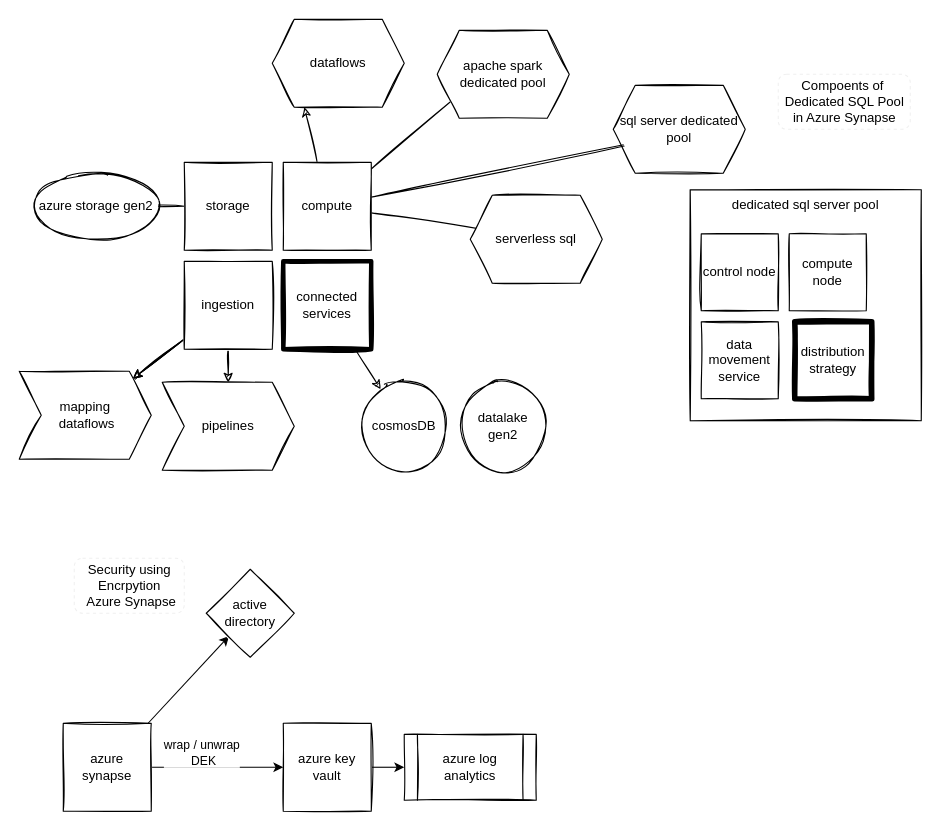
Before: docs/processing/azure-synapse.drawio in ameyakarkal/dp-203, a draw.io diagram. Source tidied: cells renumbered, new cells numbered last; positions are measured from the earlier drawing's top-left corner, leaving out a move shared by most shapes. Both pictures are drawn from the tidied source at 110%, with x=0, y=0 at pixel (19, 19).
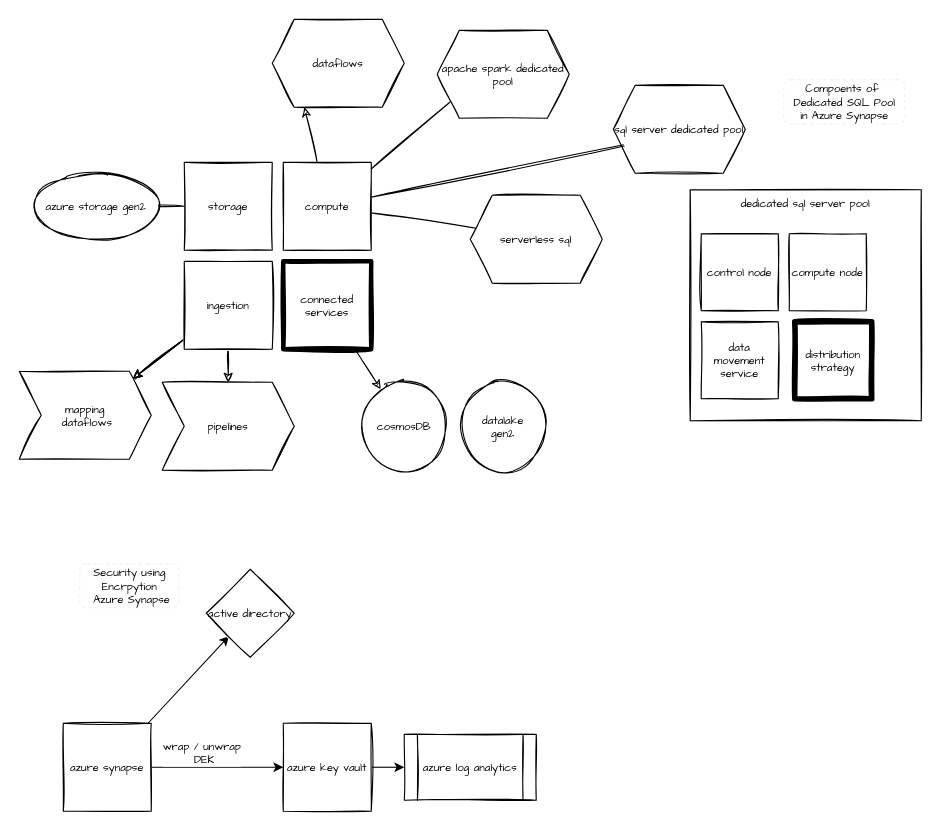
After the change.

Diff of the diagram source:
```diff
@@
-    <mxCell id="2" style="edgeStyle=none;html=1;sketch=1;" parent="1" edge="1" source="3">
+    <mxCell id="2" style="edgeStyle=none;html=1;sketch=1;fontFamily=Comic Sans MS;fontSize=10;" parent="1" edge="1" source="3">
       <mxGeometry relative="1" as="geometry">
         <mxPoint x="90" y="170" as="targetPoint" />
       </mxGeometry>
     </mxCell>
-    <mxCell id="3" value="storage&lt;br&gt;" style="whiteSpace=wrap;html=1;sketch=1;" parent="1" vertex="1">
+    <mxCell id="3" value="storage&lt;br style=&quot;font-size: 10px;&quot;&gt;" style="whiteSpace=wrap;html=1;sketch=1;fontFamily=Comic Sans MS;fontSize=10;" parent="1" vertex="1">
       <mxGeometry x="150" y="130" width="80" height="80" as="geometry" />
     </mxCell>
-    <mxCell id="4" style="edgeStyle=none;html=1;sketch=1;" parent="1" edge="1" source="8">
+    <mxCell id="4" style="edgeStyle=none;html=1;sketch=1;fontFamily=Comic Sans MS;fontSize=10;" parent="1" edge="1" source="8">
       <mxGeometry relative="1" as="geometry">
         <mxPoint x="606.9" y="102.5" as="targetPoint" />
       </mxGeometry>
     </mxCell>
-    <mxCell id="5" style="edgeStyle=none;html=1;sketch=1;entryX=0.5;entryY=1;entryDx=0;entryDy=0;" parent="1" edge="1" source="8">
+    <mxCell id="5" style="edgeStyle=none;html=1;sketch=1;entryX=0.5;entryY=1;entryDx=0;entryDy=0;fontFamily=Comic Sans MS;fontSize=10;" parent="1" edge="1" source="8">
       <mxGeometry relative="1" as="geometry">
         <mxPoint x="410" y="60" as="targetPoint" />
       </mxGeometry>
     </mxCell>
-    <mxCell id="6" style="edgeStyle=none;html=1;sketch=1;" parent="1" edge="1" source="8">
+    <mxCell id="6" style="edgeStyle=none;html=1;sketch=1;fontFamily=Comic Sans MS;fontSize=10;" parent="1" edge="1" source="8">
       <mxGeometry relative="1" as="geometry">
         <mxPoint x="259.2" y="80" as="targetPoint" />
       </mxGeometry>
     </mxCell>
-    <mxCell id="7" style="edgeStyle=none;html=1;sketch=1;" parent="1" edge="1" source="8">
+    <mxCell id="7" style="edgeStyle=none;html=1;sketch=1;fontFamily=Comic Sans MS;fontSize=10;" parent="1" edge="1" source="8">
       <mxGeometry relative="1" as="geometry">
         <mxPoint x="431.8" y="192.8" as="targetPoint" />
       </mxGeometry>
     </mxCell>
-    <mxCell id="8" value="compute" style="whiteSpace=wrap;html=1;sketch=1;" parent="1" vertex="1">
+    <mxCell id="8" value="compute" style="whiteSpace=wrap;html=1;sketch=1;fontFamily=Comic Sans MS;fontSize=10;" parent="1" vertex="1">
       <mxGeometry x="240" y="130" width="80" height="80" as="geometry" />
     </mxCell>
-    <mxCell id="9" value="azure storage gen2" style="ellipse;whiteSpace=wrap;html=1;sketch=1;" parent="1" vertex="1">
+    <mxCell id="9" value="azure storage gen2" style="ellipse;whiteSpace=wrap;html=1;sketch=1;fontFamily=Comic Sans MS;fontSize=10;" parent="1" vertex="1">
       <mxGeometry x="10" y="140" width="120" height="60" as="geometry" />
     </mxCell>
-    <mxCell id="10" value="sql server dedicated pool" style="shape=hexagon;perimeter=trapezoidPerimeter;whiteSpace=wrap;html=1;fixedSize=1;sketch=1;" parent="1" vertex="1">
+    <mxCell id="10" value="sql server dedicated pool" style="shape=hexagon;perimeter=trapezoidPerimeter;whiteSpace=wrap;html=1;fixedSize=1;sketch=1;fontFamily=Comic Sans MS;fontSize=10;" parent="1" vertex="1">
       <mxGeometry x="540" y="60" width="120" height="80" as="geometry" />
     </mxCell>
-    <mxCell id="11" value="apache spark dedicated pool" style="shape=hexagon;perimeter=trapezoidPerimeter;whiteSpace=wrap;html=1;fixedSize=1;sketch=1;" parent="1" vertex="1">
+    <mxCell id="11" value="apache spark dedicated pool" style="shape=hexagon;perimeter=trapezoidPerimeter;whiteSpace=wrap;html=1;fixedSize=1;sketch=1;fontFamily=Comic Sans MS;fontSize=10;" parent="1" vertex="1">
       <mxGeometry x="380" y="10" width="120" height="80" as="geometry" />
     </mxCell>
-    <mxCell id="12" value="dataflows" style="shape=hexagon;perimeter=trapezoidPerimeter;whiteSpace=wrap;html=1;fixedSize=1;sketch=1;" parent="1" vertex="1">
+    <mxCell id="12" value="dataflows" style="shape=hexagon;perimeter=trapezoidPerimeter;whiteSpace=wrap;html=1;fixedSize=1;sketch=1;fontFamily=Comic Sans MS;fontSize=10;" parent="1" vertex="1">
       <mxGeometry x="230" width="120" height="80" as="geometry" />
     </mxCell>
-    <mxCell id="13" style="edgeStyle=none;html=1;sketch=1;" parent="1" edge="1" source="17" target="19">
+    <mxCell id="13" style="edgeStyle=none;html=1;sketch=1;fontFamily=Comic Sans MS;fontSize=10;" parent="1" edge="1" source="17" target="19">
       <mxGeometry relative="1" as="geometry" />
     </mxCell>
-    <mxCell id="14" style="edgeStyle=none;html=1;sketch=1;" parent="1" edge="1" source="17" target="19">
+    <mxCell id="14" style="edgeStyle=none;html=1;sketch=1;fontFamily=Comic Sans MS;fontSize=10;" parent="1" edge="1" source="17" target="19">
       <mxGeometry relative="1" as="geometry" />
     </mxCell>
-    <mxCell id="15" style="edgeStyle=none;html=1;sketch=1;" parent="1" edge="1" source="17" target="19">
+    <mxCell id="15" style="edgeStyle=none;html=1;sketch=1;fontFamily=Comic Sans MS;fontSize=10;" parent="1" edge="1" source="17" target="19">
       <mxGeometry relative="1" as="geometry" />
     </mxCell>
-    <mxCell id="16" style="edgeStyle=none;html=1;sketch=1;" parent="1" edge="1" source="17" target="20">
+    <mxCell id="16" style="edgeStyle=none;html=1;sketch=1;fontFamily=Comic Sans MS;fontSize=10;" parent="1" edge="1" source="17" target="20">
       <mxGeometry relative="1" as="geometry" />
     </mxCell>
-    <mxCell id="17" value="ingestion" style="whiteSpace=wrap;html=1;sketch=1;" parent="1" vertex="1">
+    <mxCell id="17" value="ingestion" style="whiteSpace=wrap;html=1;sketch=1;fontFamily=Comic Sans MS;fontSize=10;" parent="1" vertex="1">
       <mxGeometry x="150" y="220" width="80" height="80" as="geometry" />
     </mxCell>
-    <mxCell id="18" value="serverless sql" style="shape=hexagon;perimeter=trapezoidPerimeter;whiteSpace=wrap;html=1;fixedSize=1;sketch=1;" parent="1" vertex="1">
+    <mxCell id="18" value="serverless sql" style="shape=hexagon;perimeter=trapezoidPerimeter;whiteSpace=wrap;html=1;fixedSize=1;sketch=1;fontFamily=Comic Sans MS;fontSize=10;" parent="1" vertex="1">
       <mxGeometry x="410" y="160" width="120" height="80" as="geometry" />
     </mxCell>
-    <mxCell id="19" value="mapping&lt;br&gt;&amp;nbsp;dataflows" style="shape=step;perimeter=stepPerimeter;whiteSpace=wrap;html=1;fixedSize=1;sketch=1;" parent="1" vertex="1">
+    <mxCell id="19" value="mapping&lt;br style=&quot;font-size: 10px;&quot;&gt;&amp;nbsp;dataflows" style="shape=step;perimeter=stepPerimeter;whiteSpace=wrap;html=1;fixedSize=1;sketch=1;fontFamily=Comic Sans MS;fontSize=10;" parent="1" vertex="1">
       <mxGeometry y="320" width="120" height="80" as="geometry" />
     </mxCell>
-    <mxCell id="20" value="pipelines" style="shape=step;perimeter=stepPerimeter;whiteSpace=wrap;html=1;fixedSize=1;sketch=1;" parent="1" vertex="1">
+    <mxCell id="20" value="pipelines" style="shape=step;perimeter=stepPerimeter;whiteSpace=wrap;html=1;fixedSize=1;sketch=1;fontFamily=Comic Sans MS;fontSize=10;" parent="1" vertex="1">
       <mxGeometry x="130" y="330" width="120" height="80" as="geometry" />
     </mxCell>
-    <mxCell id="21" style="edgeStyle=none;sketch=1;html=1;" parent="1" edge="1" source="22" target="23">
+    <mxCell id="21" style="edgeStyle=none;sketch=1;html=1;fontFamily=Comic Sans MS;fontSize=10;" parent="1" edge="1" source="22" target="23">
       <mxGeometry relative="1" as="geometry" />
     </mxCell>
-    <mxCell id="22" value="connected&lt;br&gt;services" style="whiteSpace=wrap;html=1;sketch=1;strokeWidth=4;" parent="1" vertex="1">
+    <mxCell id="22" value="connected&lt;br style=&quot;font-size: 10px;&quot;&gt;services" style="whiteSpace=wrap;html=1;sketch=1;strokeWidth=4;fontFamily=Comic Sans MS;fontSize=10;" parent="1" vertex="1">
       <mxGeometry x="240" y="220" width="80" height="80" as="geometry" />
     </mxCell>
-    <mxCell id="23" value="cosmosDB" style="ellipse;whiteSpace=wrap;html=1;sketch=1;strokeWidth=1;" parent="1" vertex="1">
+    <mxCell id="23" value="cosmosDB" style="ellipse;whiteSpace=wrap;html=1;sketch=1;strokeWidth=1;fontFamily=Comic Sans MS;fontSize=10;" parent="1" vertex="1">
       <mxGeometry x="310" y="330" width="80" height="80" as="geometry" />
     </mxCell>
-    <mxCell id="24" value="datalake&lt;br&gt;gen2" style="ellipse;whiteSpace=wrap;html=1;sketch=1;strokeWidth=1;" parent="1" vertex="1">
+    <mxCell id="24" value="datalake&lt;br style=&quot;font-size: 10px;&quot;&gt;gen2" style="ellipse;whiteSpace=wrap;html=1;sketch=1;strokeWidth=1;fontFamily=Comic Sans MS;fontSize=10;" parent="1" vertex="1">
       <mxGeometry x="400" y="330" width="80" height="80" as="geometry" />
     </mxCell>
-    <mxCell id="25" style="group;fillColor=#f5f5f5;strokeColor=#666666;fontColor=#333333;" parent="1" vertex="1">
+    <mxCell id="25" style="group;fillColor=#f5f5f5;strokeColor=#666666;fontColor=#333333;fontFamily=Comic Sans MS;fontSize=10;" parent="1" vertex="1">
       <mxGeometry x="610" y="155" width="210" height="210" as="geometry" />
     </mxCell>
-    <mxCell id="26" value="dedicated sql server pool" style="whiteSpace=wrap;html=1;sketch=1;strokeWidth=1;verticalAlign=top;" parent="25" vertex="1">
+    <mxCell id="26" value="dedicated sql server pool" style="whiteSpace=wrap;html=1;sketch=1;strokeWidth=1;verticalAlign=top;fontFamily=Comic Sans MS;fontSize=10;" parent="25" vertex="1">
       <mxGeometry width="210" height="210" as="geometry" />
     </mxCell>
-    <mxCell id="27" value="control node" style="whiteSpace=wrap;html=1;sketch=1;strokeWidth=1;" parent="25" vertex="1">
+    <mxCell id="27" value="control node" style="whiteSpace=wrap;html=1;sketch=1;strokeWidth=1;fontFamily=Comic Sans MS;fontSize=10;" parent="25" vertex="1">
       <mxGeometry x="10" y="40" width="70" height="70" as="geometry" />
     </mxCell>
-    <mxCell id="28" value="compute node" style="whiteSpace=wrap;html=1;sketch=1;strokeWidth=1;" parent="25" vertex="1">
+    <mxCell id="28" value="compute node" style="whiteSpace=wrap;html=1;sketch=1;strokeWidth=1;fontFamily=Comic Sans MS;fontSize=10;" parent="25" vertex="1">
       <mxGeometry x="90" y="40" width="70" height="70" as="geometry" />
     </mxCell>
-    <mxCell id="29" value="data movement service" style="whiteSpace=wrap;html=1;sketch=1;strokeWidth=1;" parent="25" vertex="1">
+    <mxCell id="29" value="data movement service" style="whiteSpace=wrap;html=1;sketch=1;strokeWidth=1;fontFamily=Comic Sans MS;fontSize=10;" parent="25" vertex="1">
       <mxGeometry x="10" y="120" width="70" height="70" as="geometry" />
     </mxCell>
-    <mxCell id="30" value="distribution strategy" style="whiteSpace=wrap;html=1;sketch=1;strokeWidth=5;" parent="25" vertex="1">
+    <mxCell id="30" value="distribution strategy" style="whiteSpace=wrap;html=1;sketch=1;strokeWidth=5;fontFamily=Comic Sans MS;fontSize=10;" parent="25" vertex="1">
       <mxGeometry x="95" y="120" width="70" height="70" as="geometry" />
     </mxCell>
-    <mxCell id="31" value="Compoents of&amp;nbsp;&lt;br&gt;Dedicated SQL Pool&lt;br&gt;in Azure Synapse" style="text;html=1;align=center;verticalAlign=middle;dashed=1;strokeWidth=1;rounded=1;strokeColor=#f0f0f0;" parent="1" vertex="1">
-      <mxGeometry x="690" y="50" width="120" height="50" as="geometry" />
+    <mxCell id="31" value="Compoents of&amp;nbsp;&lt;br style=&quot;font-size: 10px;&quot;&gt;Dedicated SQL Pool&lt;br style=&quot;font-size: 10px;&quot;&gt;in Azure Synapse" style="text;html=1;align=center;verticalAlign=middle;dashed=1;strokeWidth=1;rounded=1;strokeColor=#f0f0f0;fontFamily=Comic Sans MS;fontSize=10;" parent="1" vertex="1">
+      <mxGeometry x="695" y="55" width="110" height="40" as="geometry" />
     </mxCell>
-    <mxCell id="32" value="Security using &lt;br&gt;Encrpytion&lt;br&gt;&amp;nbsp;Azure Synapse" style="text;html=1;align=center;verticalAlign=middle;dashed=1;strokeWidth=1;rounded=1;strokeColor=#f0f0f0;" parent="1" vertex="1">
-      <mxGeometry x="50" y="490" width="100" height="50" as="geometry" />
+    <mxCell id="32" value="Security using &lt;br style=&quot;font-size: 10px;&quot;&gt;Encrpytion&lt;br style=&quot;font-size: 10px;&quot;&gt;&amp;nbsp;Azure Synapse" style="text;html=1;align=center;verticalAlign=middle;dashed=1;strokeWidth=1;rounded=1;strokeColor=#f0f0f0;fontFamily=Comic Sans MS;fontSize=10;" parent="1" vertex="1">
+      <mxGeometry x="55" y="495" width="90" height="40" as="geometry" />
     </mxCell>
-    <mxCell id="33" style="edgeStyle=none;html=1;" parent="1" edge="1" source="36" target="38">
+    <mxCell id="33" style="edgeStyle=none;html=1;fontFamily=Comic Sans MS;fontSize=10;" parent="1" edge="1" source="36" target="38">
       <mxGeometry relative="1" as="geometry" />
     </mxCell>
-    <mxCell id="34" value="wrap / unwrap&lt;br&gt;&amp;nbsp;DEK" style="edgeLabel;html=1;align=center;verticalAlign=middle;" parent="33" vertex="1">
+    <mxCell id="34" value="wrap / unwrap&lt;br style=&quot;font-size: 10px;&quot;&gt;&amp;nbsp;DEK" style="edgeLabel;html=1;align=center;verticalAlign=middle;fontFamily=Comic Sans MS;fontSize=10;" parent="33" vertex="1">
       <mxGeometry x="0.37" y="4" relative="1" as="geometry">
         <mxPoint x="-37" y="-10" as="offset" />
       </mxGeometry>
     </mxCell>
-    <mxCell id="35" style="edgeStyle=none;html=1;" parent="1" edge="1" source="36" target="39">
+    <mxCell id="35" style="edgeStyle=none;html=1;fontFamily=Comic Sans MS;fontSize=10;" parent="1" edge="1" source="36" target="39">
       <mxGeometry relative="1" as="geometry" />
     </mxCell>
-    <mxCell id="36" value="azure synapse" style="whiteSpace=wrap;html=1;sketch=1;" parent="1" vertex="1">
+    <mxCell id="36" value="azure synapse" style="whiteSpace=wrap;html=1;sketch=1;fontFamily=Comic Sans MS;fontSize=10;" parent="1" vertex="1">
       <mxGeometry x="40" y="640" width="80" height="80" as="geometry" />
     </mxCell>
-    <mxCell id="37" style="edgeStyle=none;html=1;" parent="1" edge="1" source="38" target="40">
+    <mxCell id="37" style="edgeStyle=none;html=1;fontFamily=Comic Sans MS;fontSize=10;" parent="1" edge="1" source="38" target="40">
       <mxGeometry relative="1" as="geometry" />
     </mxCell>
-    <mxCell id="38" value="azure key vault" style="whiteSpace=wrap;html=1;sketch=1;" parent="1" vertex="1">
+    <mxCell id="38" value="azure key vault" style="whiteSpace=wrap;html=1;sketch=1;fontFamily=Comic Sans MS;fontSize=10;" parent="1" vertex="1">
       <mxGeometry x="240" y="640" width="80" height="80" as="geometry" />
     </mxCell>
-    <mxCell id="39" value="active directory" style="rhombus;whiteSpace=wrap;html=1;sketch=1;" parent="1" vertex="1">
+    <mxCell id="39" value="active directory" style="rhombus;whiteSpace=wrap;html=1;sketch=1;fontFamily=Comic Sans MS;fontSize=10;" parent="1" vertex="1">
       <mxGeometry x="170" y="500" width="80" height="80" as="geometry" />
     </mxCell>
-    <mxCell id="40" value="azure log analytics" style="shape=process;whiteSpace=wrap;html=1;backgroundOutline=1;sketch=1;" parent="1" vertex="1">
+    <mxCell id="40" value="azure log analytics" style="shape=process;whiteSpace=wrap;html=1;backgroundOutline=1;sketch=1;fontFamily=Comic Sans MS;fontSize=10;" parent="1" vertex="1">
       <mxGeometry x="350" y="650" width="120" height="60" as="geometry" />
     </mxCell>
```
